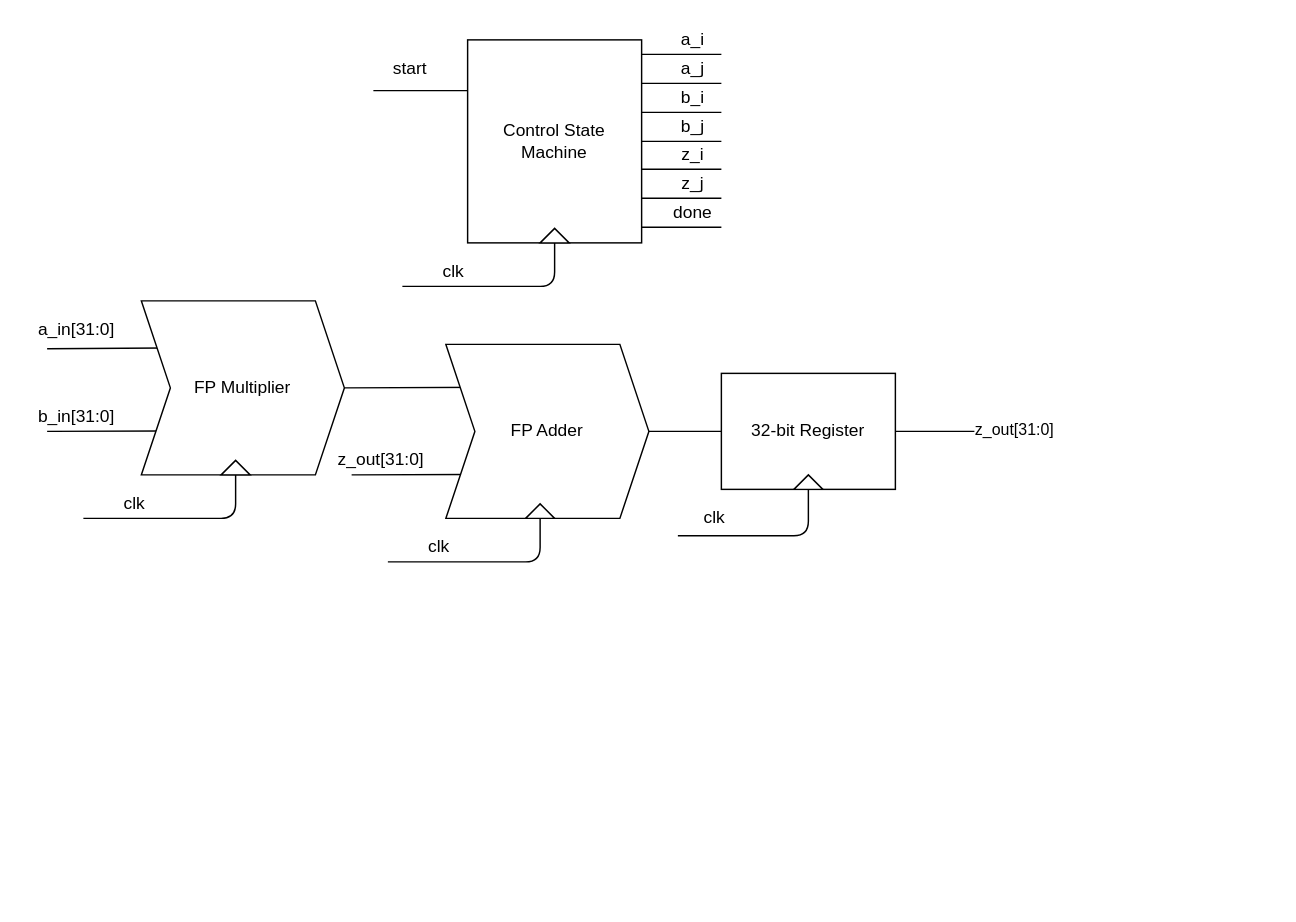
This is report/Images/SequentialBD.drawio from kimianoorbakhsh/Verilog-Matrix-Multiplier, a draw.io file, before an edit. Source tidied: cells renumbered, new cells numbered last; positions are measured from the earlier drawing's top-left corner, leaving out a move shared by most shapes. Both pictures are drawn from the tidied source at 145%, with x=0, y=0 at pixel (25, 25).
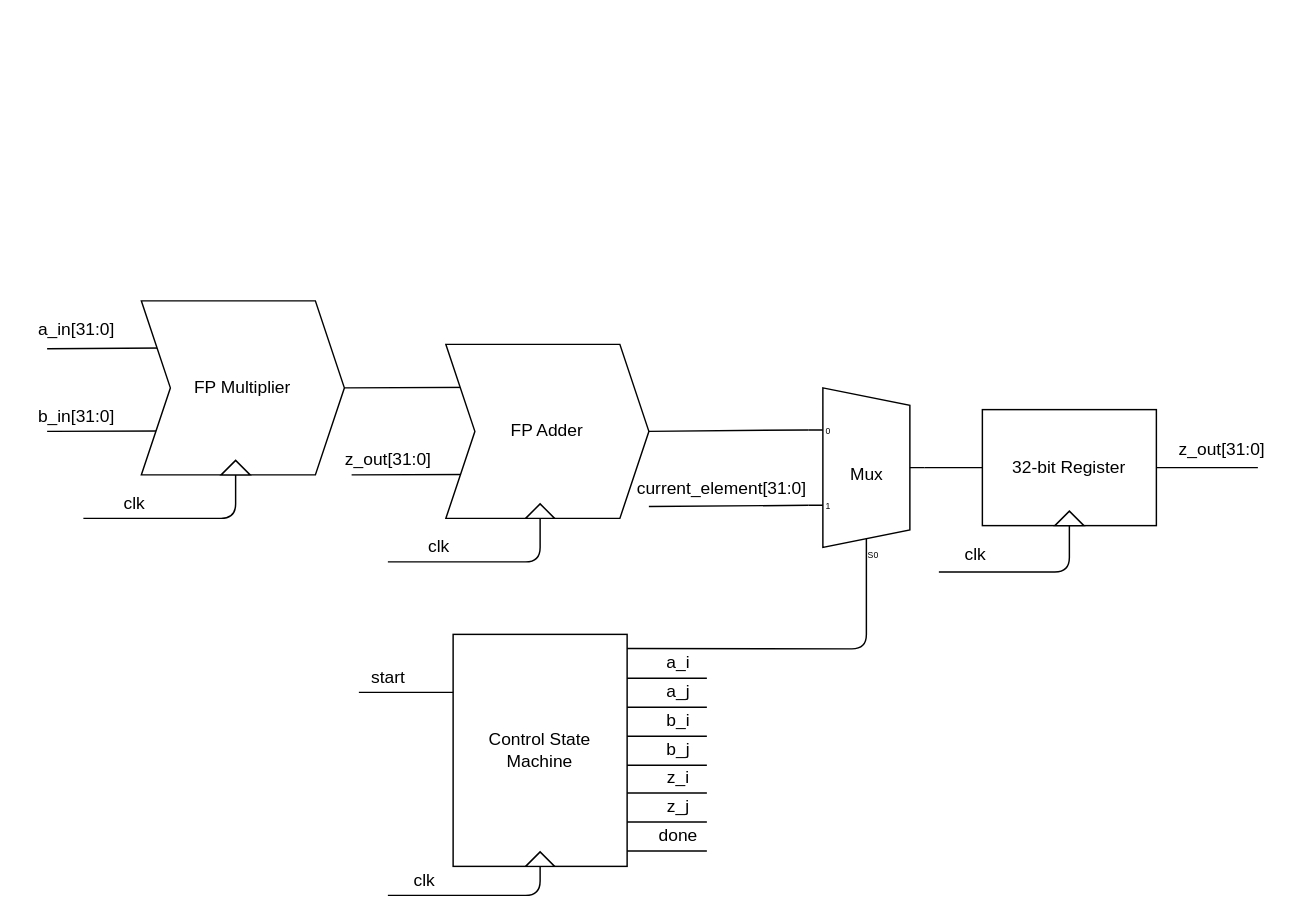
Above is the later version.

Unchanged cells that the change refers to:
```xml
<mxCell id="14" value="FP Adder" style="shape=step;perimeter=stepPerimeter;whiteSpace=wrap;html=1;fixedSize=1;" parent="1" vertex="1">
  <mxGeometry x="290" y="220" width="140" height="120" as="geometry" />
</mxCell>
```

Diff of the diagram source:
```diff
@@
     <mxCell id="2" value="32-bit Register" style="rounded=0;whiteSpace=wrap;html=1;" parent="1" vertex="1">
-      <mxGeometry x="480" y="240" width="120" height="80" as="geometry" />
+      <mxGeometry x="660" y="265" width="120" height="80" as="geometry" />
     </mxCell>
@@
     <mxCell id="12" value="z_out[31:0]" style="text;html=1;align=center;verticalAlign=middle;" parent="1" vertex="1">
-      <mxGeometry x="210" y="290" width="70" height="20" as="geometry" />
+      <mxGeometry x="215" y="290" width="70" height="20" as="geometry" />
     </mxCell>
@@
     <mxCell id="18" style="triangle;whiteSpace=wrap;html=1;rotation=-90;" parent="1" vertex="1">
-      <mxGeometry x="535" y="305" width="10" height="20" as="geometry" />
+      <mxGeometry x="715" y="330" width="10" height="20" as="geometry" />
     </mxCell>
     <mxCell id="19" style="endArrow=none;html=1;exitX=0;exitY=0.5;exitDx=0;exitDy=0;" parent="1" edge="1" source="18">
       <mxGeometry relative="1" as="geometry">
-        <mxPoint x="450" y="352" as="targetPoint" />
+        <mxPoint x="630" y="377" as="targetPoint" />
         <Array as="points">
-          <mxPoint x="540" y="352" />
+          <mxPoint x="720" y="377" />
         </Array>
       </mxGeometry>
     </mxCell>
     <mxCell id="20" value="clk" style="text;html=1;align=center;verticalAlign=middle;" parent="1" vertex="1">
-      <mxGeometry x="460" y="330" width="30" height="20" as="geometry" />
+      <mxGeometry x="640" y="355" width="30" height="20" as="geometry" />
     </mxCell>
-    <mxCell id="21" style="endArrow=none;html=1;entryX=0;entryY=0.5;entryDx=0;entryDy=0;exitX=1;exitY=0.5;exitDx=0;exitDy=0;" parent="1" edge="1" source="14" target="2">
-      <mxGeometry relative="1" as="geometry" />
-    </mxCell>
     <mxCell id="22" style="endArrow=none;html=1;entryX=1;entryY=0.5;entryDx=0;entryDy=0;" parent="1" edge="1" target="2">
       <mxGeometry relative="1" as="geometry">
-        <mxPoint x="670" y="280" as="sourcePoint" />
+        <mxPoint x="850" y="305" as="sourcePoint" />
       </mxGeometry>
     </mxCell>
-    <mxCell id="23" value="z_out[31:0]" style="edgeLabel;html=1;align=center;verticalAlign=middle;" parent="22" vertex="1">
-      <mxGeometry x="-0.33" y="-2" relative="1" as="geometry">
-        <mxPoint x="34" as="offset" />
-      </mxGeometry>
-    </mxCell>
     <mxCell id="24" value="Control State Machine" style="rounded=0;whiteSpace=wrap;html=1;" parent="1" vertex="1">
-      <mxGeometry x="305" y="10" width="120" height="140" as="geometry" />
+      <mxGeometry x="295" y="420" width="120" height="160" as="geometry" />
     </mxCell>
     <mxCell id="25" style="triangle;whiteSpace=wrap;html=1;rotation=-90;" parent="1" vertex="1">
-      <mxGeometry x="360" y="135" width="10" height="20" as="geometry" />
+      <mxGeometry x="350" y="565" width="10" height="20" as="geometry" />
     </mxCell>
     <mxCell id="26" style="endArrow=none;html=1;exitX=0;exitY=0.5;exitDx=0;exitDy=0;" parent="1" edge="1" source="25">
       <mxGeometry relative="1" as="geometry">
-        <mxPoint x="260" y="180" as="targetPoint" />
+        <mxPoint x="250" y="600" as="targetPoint" />
         <Array as="points">
-          <mxPoint x="365" y="180" />
+          <mxPoint x="355" y="600" />
         </Array>
       </mxGeometry>
     </mxCell>
     <mxCell id="27" value="clk" style="text;html=1;align=center;verticalAlign=middle;" parent="1" vertex="1">
-      <mxGeometry x="280" y="160" width="30" height="20" as="geometry" />
+      <mxGeometry x="260" y="580" width="30" height="20" as="geometry" />
     </mxCell>
     <mxCell id="28" style="endArrow=none;html=1;entryX=1;entryY=0.25;entryDx=0;entryDy=0;" parent="1" edge="1">
       <mxGeometry relative="1" as="geometry">
-        <mxPoint x="480" y="20" as="sourcePoint" />
-        <mxPoint x="425" y="20" as="targetPoint" />
+        <mxPoint x="470" y="450.2" as="sourcePoint" />
+        <mxPoint x="415" y="450.2" as="targetPoint" />
       </mxGeometry>
     </mxCell>
     <mxCell id="29" style="endArrow=none;html=1;entryX=1;entryY=0.5;entryDx=0;entryDy=0;" parent="1" edge="1">
       <mxGeometry relative="1" as="geometry">
-        <mxPoint x="480" y="40" as="sourcePoint" />
-        <mxPoint x="425" y="40" as="targetPoint" />
+        <mxPoint x="470" y="470.2" as="sourcePoint" />
+        <mxPoint x="415" y="470.2" as="targetPoint" />
       </mxGeometry>
     </mxCell>
     <mxCell id="30" value="a_i" style="text;html=1;align=center;verticalAlign=middle;" parent="1" vertex="1">
-      <mxGeometry x="445" width="30" height="20" as="geometry" />
+      <mxGeometry x="435" y="430.2" width="30" height="20" as="geometry" />
     </mxCell>
     <mxCell id="31" value="a_j" style="text;html=1;align=center;verticalAlign=middle;" parent="1" vertex="1">
-      <mxGeometry x="445" y="20" width="30" height="20" as="geometry" />
+      <mxGeometry x="435" y="450.2" width="30" height="20" as="geometry" />
     </mxCell>
     <mxCell id="32" style="endArrow=none;html=1;entryX=1;entryY=0.25;entryDx=0;entryDy=0;" parent="1" edge="1">
       <mxGeometry relative="1" as="geometry">
-        <mxPoint x="480" y="60" as="sourcePoint" />
-        <mxPoint x="425" y="60" as="targetPoint" />
+        <mxPoint x="470" y="490.2" as="sourcePoint" />
+        <mxPoint x="415" y="490.2" as="targetPoint" />
       </mxGeometry>
     </mxCell>
     <mxCell id="33" style="endArrow=none;html=1;entryX=1;entryY=0.5;entryDx=0;entryDy=0;" parent="1" edge="1">
       <mxGeometry relative="1" as="geometry">
-        <mxPoint x="480" y="80" as="sourcePoint" />
-        <mxPoint x="425" y="80" as="targetPoint" />
+        <mxPoint x="470" y="510.2" as="sourcePoint" />
+        <mxPoint x="415" y="510.2" as="targetPoint" />
       </mxGeometry>
     </mxCell>
     <mxCell id="34" value="b_i" style="text;html=1;align=center;verticalAlign=middle;" parent="1" vertex="1">
-      <mxGeometry x="445" y="40" width="30" height="20" as="geometry" />
+      <mxGeometry x="435" y="470.2" width="30" height="20" as="geometry" />
     </mxCell>
     <mxCell id="35" value="b_j" style="text;html=1;align=center;verticalAlign=middle;" parent="1" vertex="1">
-      <mxGeometry x="445" y="60" width="30" height="20" as="geometry" />
+      <mxGeometry x="435" y="490.2" width="30" height="20" as="geometry" />
     </mxCell>
     <mxCell id="36" style="endArrow=none;html=1;entryX=1;entryY=0.5;entryDx=0;entryDy=0;" parent="1" edge="1">
       <mxGeometry relative="1" as="geometry">
-        <mxPoint x="480" y="99.2" as="sourcePoint" />
-        <mxPoint x="425" y="99.2" as="targetPoint" />
+        <mxPoint x="470" y="529.4" as="sourcePoint" />
+        <mxPoint x="415" y="529.4" as="targetPoint" />
       </mxGeometry>
     </mxCell>
     <mxCell id="37" style="endArrow=none;html=1;entryX=1;entryY=0.25;entryDx=0;entryDy=0;" parent="1" edge="1">
       <mxGeometry relative="1" as="geometry">
-        <mxPoint x="480" y="119.2" as="sourcePoint" />
-        <mxPoint x="425" y="119.2" as="targetPoint" />
+        <mxPoint x="470" y="549.4" as="sourcePoint" />
+        <mxPoint x="415" y="549.4" as="targetPoint" />
       </mxGeometry>
     </mxCell>
     <mxCell id="38" style="endArrow=none;html=1;entryX=1;entryY=0.5;entryDx=0;entryDy=0;" parent="1" edge="1">
       <mxGeometry relative="1" as="geometry">
-        <mxPoint x="480" y="139.2" as="sourcePoint" />
-        <mxPoint x="425" y="139.2" as="targetPoint" />
+        <mxPoint x="470" y="569.4" as="sourcePoint" />
+        <mxPoint x="415" y="569.4" as="targetPoint" />
       </mxGeometry>
     </mxCell>
     <mxCell id="39" value="z_j" style="text;html=1;align=center;verticalAlign=middle;" parent="1" vertex="1">
-      <mxGeometry x="445" y="99.2" width="30" height="20" as="geometry" />
+      <mxGeometry x="435" y="529.4" width="30" height="20" as="geometry" />
     </mxCell>
     <mxCell id="40" value="done" style="text;html=1;align=center;verticalAlign=middle;" parent="1" vertex="1">
-      <mxGeometry x="440" y="119.2" width="40" height="20" as="geometry" />
+      <mxGeometry x="430" y="549.4" width="40" height="20" as="geometry" />
     </mxCell>
     <mxCell id="41" value="z_i" style="text;html=1;align=center;verticalAlign=middle;" parent="1" vertex="1">
-      <mxGeometry x="445" y="79.2" width="30" height="20" as="geometry" />
+      <mxGeometry x="435" y="509.4" width="30" height="20" as="geometry" />
     </mxCell>
     <mxCell id="42" style="endArrow=none;html=1;entryX=0;entryY=0.25;entryDx=0;entryDy=0;" parent="1" edge="1" target="24">
       <mxGeometry relative="1" as="geometry">
-        <mxPoint x="240" y="45" as="sourcePoint" />
+        <mxPoint x="230" y="460" as="sourcePoint" />
       </mxGeometry>
     </mxCell>
     <mxCell id="43" value="start" style="text;html=1;align=center;verticalAlign=middle;" parent="1" vertex="1">
-      <mxGeometry x="245" y="20" width="40" height="20" as="geometry" />
+      <mxGeometry x="230" y="440" width="40" height="20" as="geometry" />
     </mxCell>
+    <mxCell id="44" value="Mux" style="shadow=0;dashed=0;align=center;html=1;strokeWidth=1;shape=mxgraph.electrical.abstract.mux2;" parent="1" vertex="1">
+      <mxGeometry x="540" y="250" width="80" height="120" as="geometry" />
+    </mxCell>
+    <mxCell id="45" style="endArrow=none;html=1;entryX=0;entryY=0.5;entryDx=0;entryDy=0;exitX=1;exitY=0.5;exitDx=0;exitDy=-5;exitPerimeter=0;" parent="1" edge="1" source="44" target="2">
+      <mxGeometry relative="1" as="geometry" />
+    </mxCell>
+    <mxCell id="46" style="endArrow=none;html=1;entryX=0;entryY=0.21666666666666667;entryDx=0;entryDy=3;exitX=1;exitY=0.5;exitDx=0;exitDy=0;entryPerimeter=0;" parent="1" edge="1" source="14" target="44">
+      <mxGeometry relative="1" as="geometry" />
+    </mxCell>
+    <mxCell id="47" style="endArrow=none;html=1;exitX=1;exitY=0.5;exitDx=0;exitDy=0;entryX=0;entryY=0.65;entryDx=0;entryDy=3;entryPerimeter=0;" parent="1" edge="1" target="44">
+      <mxGeometry relative="1" as="geometry">
+        <mxPoint x="430" y="331.8" as="sourcePoint" />
+      </mxGeometry>
+    </mxCell>
+    <mxCell id="48" value="current_element[31:0]" style="text;html=1;align=center;verticalAlign=middle;" parent="1" vertex="1">
+      <mxGeometry x="415" y="310" width="130" height="20" as="geometry" />
+    </mxCell>
+    <mxCell id="49" style="endArrow=none;html=1;entryX=1;entryY=0.25;entryDx=0;entryDy=0;exitX=0.375;exitY=1;exitDx=10;exitDy=0;exitPerimeter=0;" parent="1" edge="1" source="44">
+      <mxGeometry relative="1" as="geometry">
+        <mxPoint x="415" y="429.8" as="targetPoint" />
+        <Array as="points">
+          <mxPoint x="580" y="430" />
+        </Array>
+      </mxGeometry>
+    </mxCell>
+    <mxCell id="23" value="z_out[31:0]" style="text;html=1;align=center;verticalAlign=middle;" parent="1" vertex="1">
+      <mxGeometry x="790" y="283" width="70" height="20" as="geometry" />
+    </mxCell>
```
